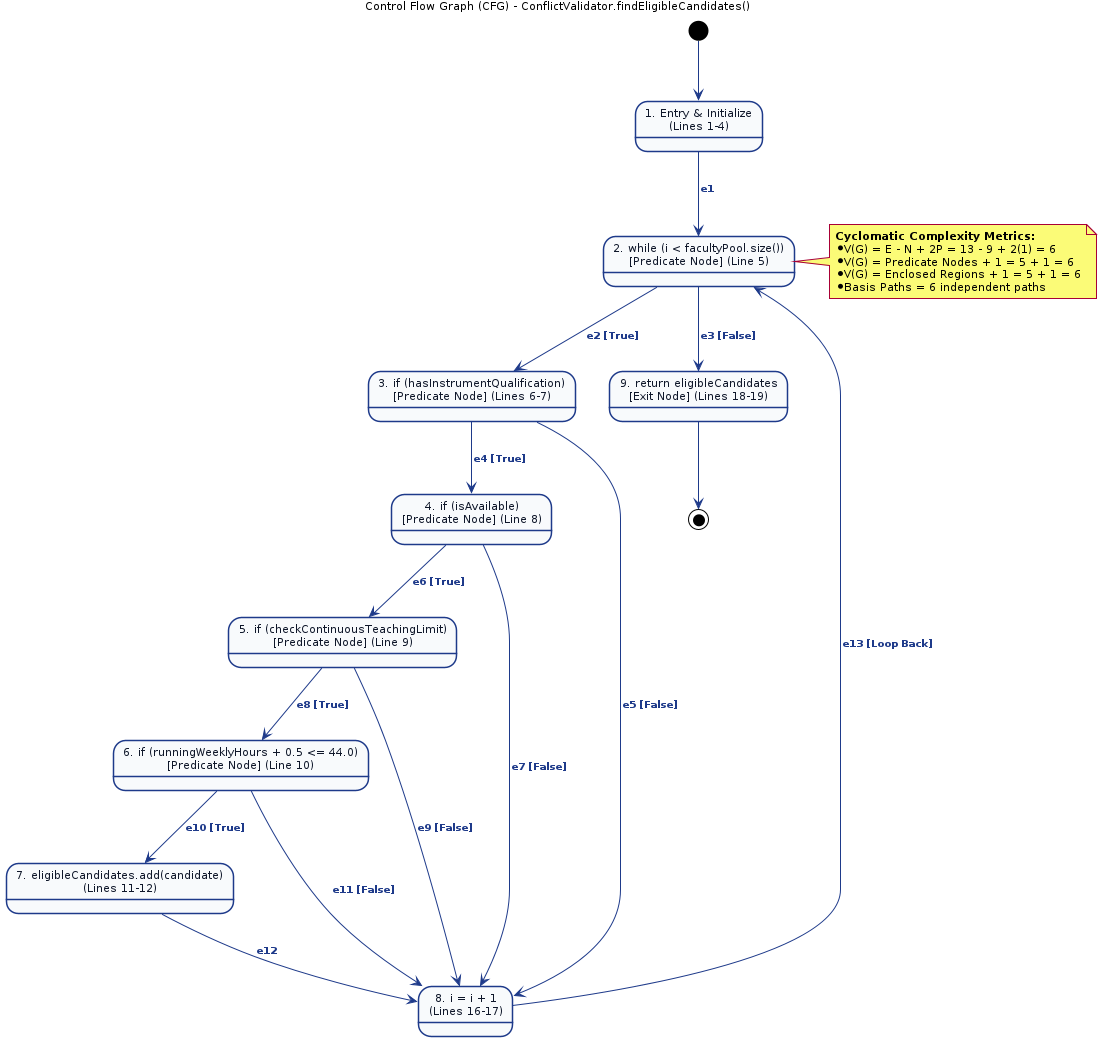
This is report/assets/m2/whitebox_cfg.png from adoreblvnk/2001temp, a PlantUML export, as it was before one commit. Its source is kept beside it as report/assets/m2/whitebox_cfg.puml. The source it was exported from:
```plantuml
@startuml whitebox_cfg
skinparam shadowing false
skinparam defaultFontName "Helvetica", "Arial", sans-serif
skinparam defaultFontSize 11

skinparam state {
    BackgroundColor #F8FAFC
    BorderColor #1E3A8A
    BorderThickness 1.5
    FontColor #0F172A
    FontSize 11
}

skinparam arrow {
    Color #1E3A8A
    FontColor #1E3A8A
    FontSize 10
    FontStyle bold
}

title Control Flow Graph (CFG) - ConflictValidator.findEligibleCandidates()

state "1. Entry & Initialize\n(Lines 1-4)" as N1
state "2. while (i < facultyPool.size())\n[Predicate Node] (Line 5)" as N2
state "3. if (hasInstrumentQualification)\n[Predicate Node] (Lines 6-7)" as N3
state "4. if (isAvailable)\n[Predicate Node] (Line 8)" as N4
state "5. if (checkContinuousTeachingLimit)\n[Predicate Node] (Line 9)" as N5
state "6. if (runningWeeklyHours + 0.5 <= 44.0)\n[Predicate Node] (Line 10)" as N6
state "7. eligibleCandidates.add(candidate)\n(Lines 11-12)" as N7
state "8. i = i + 1\n(Lines 16-17)" as N8
state "9. return eligibleCandidates\n[Exit Node] (Lines 18-19)" as N9

[*] --> N1
N1 --> N2 : e1
N2 --> N3 : e2 [True]
N2 --> N9 : e3 [False]
N3 --> N4 : e4 [True]
N3 --> N8 : e5 [False]
N4 --> N5 : e6 [True]
N4 --> N8 : e7 [False]
N5 --> N6 : e8 [True]
N5 --> N8 : e9 [False]
N6 --> N7 : e10 [True]
N6 --> N8 : e11 [False]
N7 --> N8 : e12
N8 --> N2 : e13 [Loop Back]
N9 --> [*]

note right of N2
  <b>Cyclomatic Complexity Metrics:</b>
  * V(G) = E - N + 2P = 13 - 9 + 2(1) = 6
  * V(G) = Predicate Nodes + 1 = 5 + 1 = 6
  * V(G) = Enclosed Regions + 1 = 5 + 1 = 6
  * Basis Paths = 6 independent paths
end note

@enduml
```
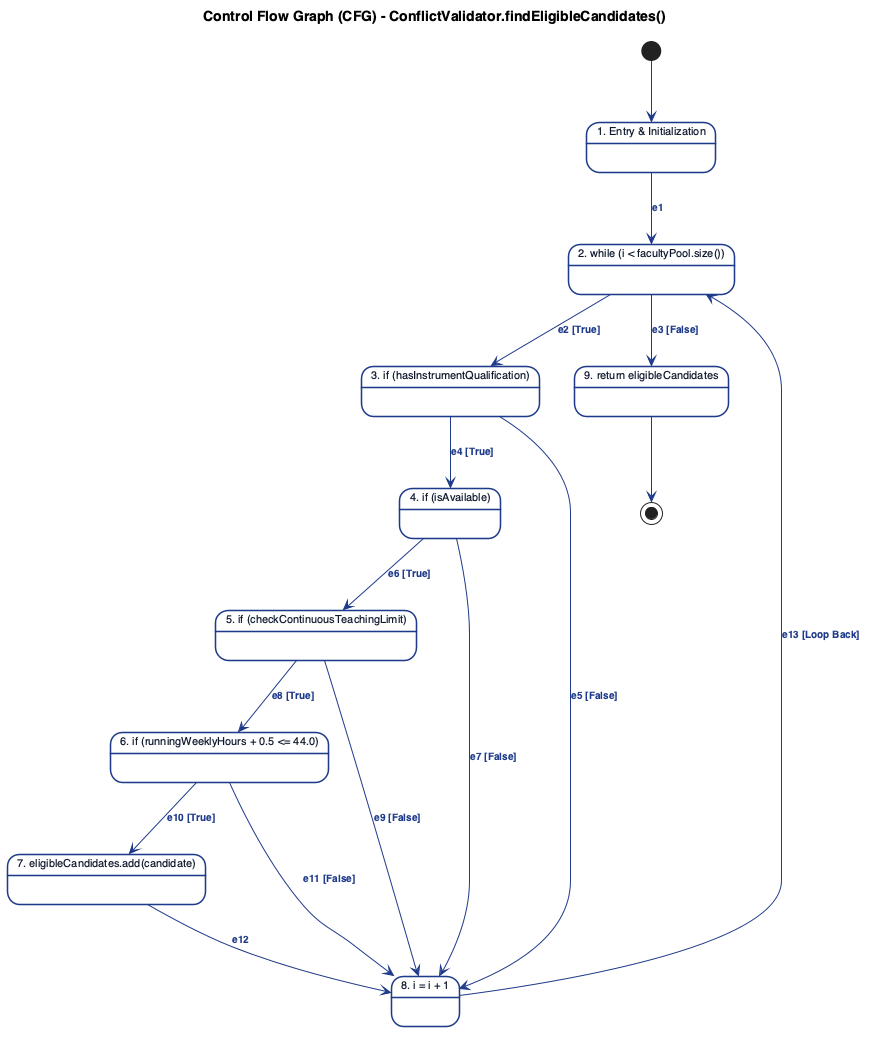
After the commit.

Change to the diagram source:
```diff
@@ -20,15 +20,15 @@
 
 title Control Flow Graph (CFG) - ConflictValidator.findEligibleCandidates()
 
-state "1. Entry & Initialize\n(Lines 1-4)" as N1
-state "2. while (i < facultyPool.size())\n[Predicate Node] (Line 5)" as N2
-state "3. if (hasInstrumentQualification)\n[Predicate Node] (Lines 6-7)" as N3
-state "4. if (isAvailable)\n[Predicate Node] (Line 8)" as N4
-state "5. if (checkContinuousTeachingLimit)\n[Predicate Node] (Line 9)" as N5
-state "6. if (runningWeeklyHours + 0.5 <= 44.0)\n[Predicate Node] (Line 10)" as N6
-state "7. eligibleCandidates.add(candidate)\n(Lines 11-12)" as N7
-state "8. i = i + 1\n(Lines 16-17)" as N8
-state "9. return eligibleCandidates\n[Exit Node] (Lines 18-19)" as N9
+state "1. Entry & Initialization" as N1
+state "2. while (i < facultyPool.size())" as N2
+state "3. if (hasInstrumentQualification)" as N3
+state "4. if (isAvailable)" as N4
+state "5. if (checkContinuousTeachingLimit)" as N5
+state "6. if (runningWeeklyHours + 0.5 <= 44.0)" as N6
+state "7. eligibleCandidates.add(candidate)" as N7
+state "8. i = i + 1" as N8
+state "9. return eligibleCandidates" as N9
 
 [*] --> N1
 N1 --> N2 : e1
@@ -46,12 +46,4 @@
 N8 --> N2 : e13 [Loop Back]
 N9 --> [*]
 
-note right of N2
-  <b>Cyclomatic Complexity Metrics:</b>
-  * V(G) = E - N + 2P = 13 - 9 + 2(1) = 6
-  * V(G) = Predicate Nodes + 1 = 5 + 1 = 6
-  * V(G) = Enclosed Regions + 1 = 5 + 1 = 6
-  * Basis Paths = 6 independent paths
-end note
-
 @enduml
```
